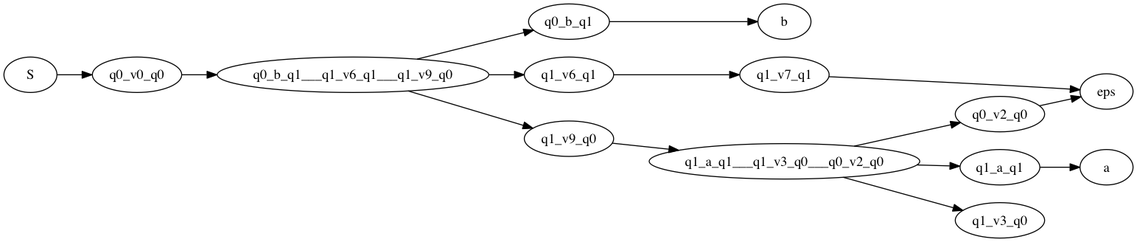
Earlier version of the Graphviz export reachable.dot.png (sdierauf/automata-and-languages-lab2). Its source is kept beside it as reachable.dot.
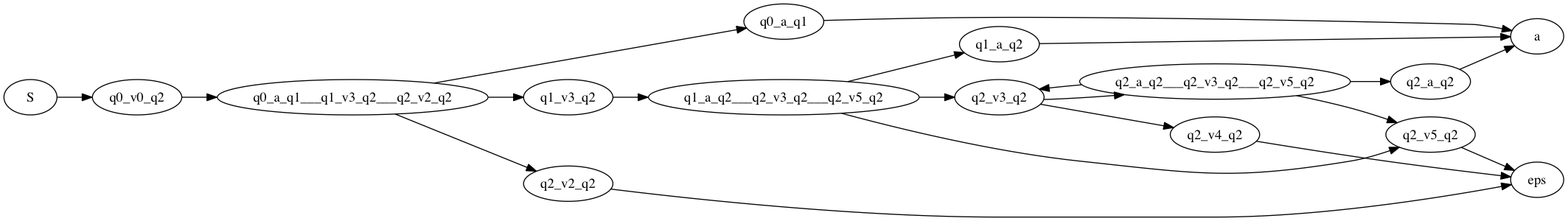
After the commit.

What changed in the source:
```diff
@@ -1,17 +1,23 @@
 digraph finite_state_machine {
 	rankdir=LR;
-									S -> q0_v0_q0;
-	q0_v0_q0 -> q0_b_q1___q1_v6_q1___q1_v9_q0;
-	q0_b_q1 -> b;
-	q1_v6_q1 -> q1_v7_q1;
-	q1_v9_q0 -> q1_a_q1___q1_v3_q0___q0_v2_q0;
-	q1_v7_q1 -> eps;
-	q1_a_q1 -> a;
-	q0_v2_q0 -> eps;
-	q0_b_q1___q1_v6_q1___q1_v9_q0 -> q0_b_q1;
-	q0_b_q1___q1_v6_q1___q1_v9_q0 -> q1_v6_q1;
-	q0_b_q1___q1_v6_q1___q1_v9_q0 -> q1_v9_q0;
-	q1_a_q1___q1_v3_q0___q0_v2_q0 -> q1_a_q1;
-	q1_a_q1___q1_v3_q0___q0_v2_q0 -> q1_v3_q0;
-	q1_a_q1___q1_v3_q0___q0_v2_q0 -> q0_v2_q0;
+												S -> q0_v0_q2;
+	q0_v0_q2 -> q0_a_q1___q1_v3_q2___q2_v2_q2;
+	q0_a_q1 -> a;
+	q1_v3_q2 -> q1_a_q2___q2_v3_q2___q2_v5_q2;
+	q2_v2_q2 -> eps;
+	q1_a_q2 -> a;
+	q2_v3_q2 -> q2_v4_q2;
+	q2_v3_q2 -> q2_a_q2___q2_v3_q2___q2_v5_q2;
+	q2_v5_q2 -> eps;
+	q2_v4_q2 -> eps;
+	q2_a_q2 -> a;
+	q0_a_q1___q1_v3_q2___q2_v2_q2 -> q0_a_q1;
+	q0_a_q1___q1_v3_q2___q2_v2_q2 -> q1_v3_q2;
+	q0_a_q1___q1_v3_q2___q2_v2_q2 -> q2_v2_q2;
+	q1_a_q2___q2_v3_q2___q2_v5_q2 -> q1_a_q2;
+	q1_a_q2___q2_v3_q2___q2_v5_q2 -> q2_v3_q2;
+	q1_a_q2___q2_v3_q2___q2_v5_q2 -> q2_v5_q2;
+	q2_a_q2___q2_v3_q2___q2_v5_q2 -> q2_a_q2;
+	q2_a_q2___q2_v3_q2___q2_v5_q2 -> q2_v3_q2;
+	q2_a_q2___q2_v3_q2___q2_v5_q2 -> q2_v5_q2;
 }
```
